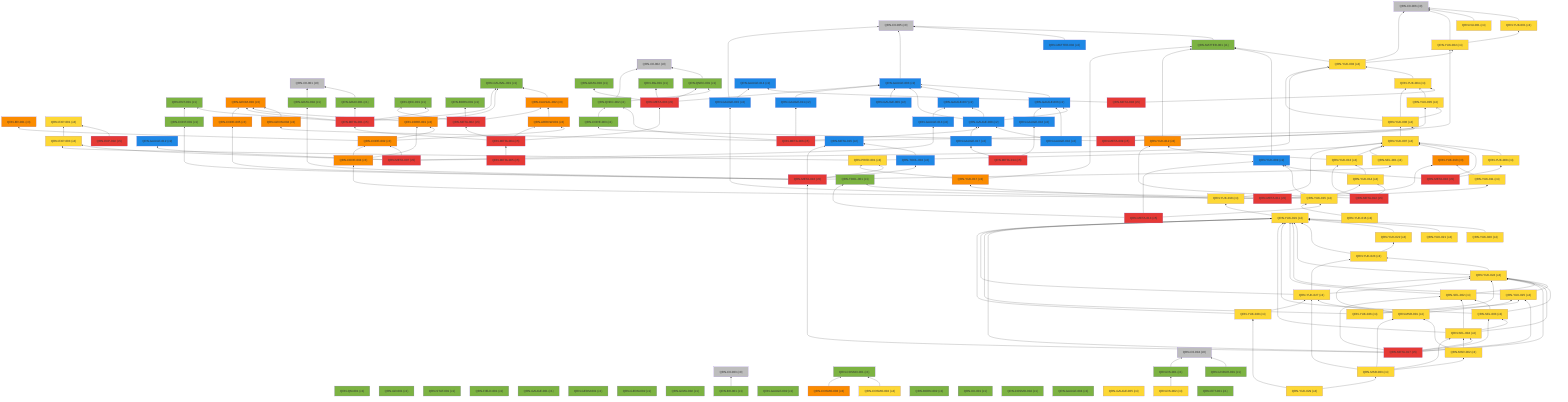
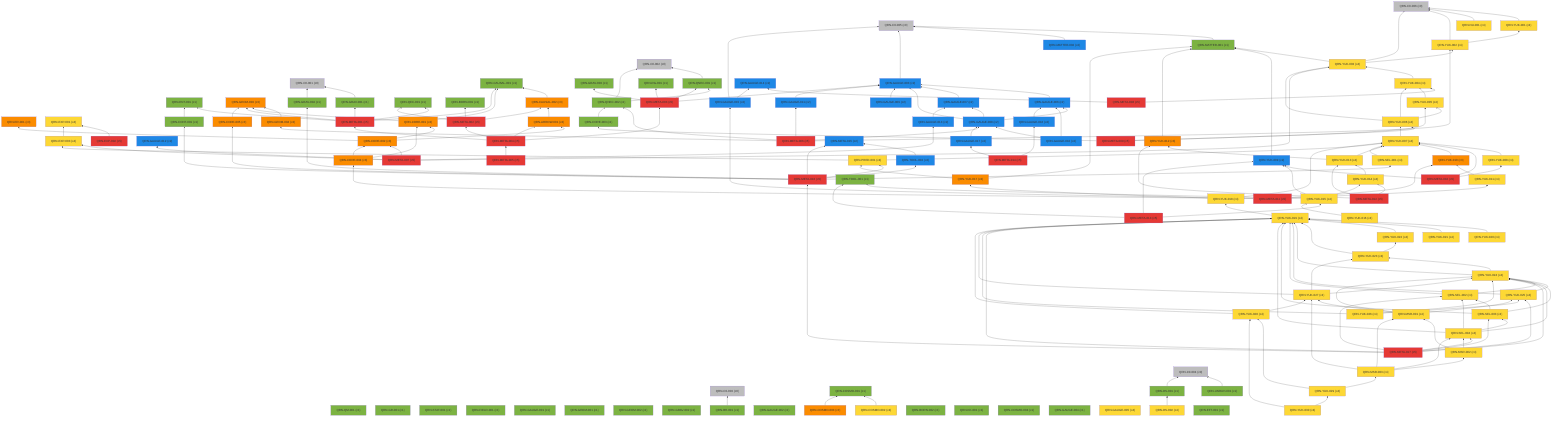
%% 自動生成 (dag/report.pl) — QRN 主張依存グラフ
graph BT
  QRN_C0_001["QRN-C0-001 (c0)"]:::c0
  QRN_C0_002["QRN-C0-002 (c0)"]:::c0
  QRN_C0_003["QRN-C0-003 (c0)"]:::c0
  QRN_C0_004["QRN-C0-004 (c0)"]:::c0
  QRN_C0_005["QRN-C0-005 (c0)"]:::c0
  QRN_C0_006["QRN-C0-006 (c0)"]:::c0
  QRN_QM_001["QRN-QM-001 (c1)"]:::c1
  QRN_GR_001["QRN-GR-001 (c1)"]:::c1
  QRN_STAT_001["QRN-STAT-001 (c1)"]:::c1
  QRN_FIELD_001["QRN-FIELD-001 (c1)"]:::c1
  QRN_GAUGE_001["QRN-GAUGE-001 (c1)"]:::c1
  QRN_ENT_001["QRN-ENT-001 (c1)"]:::c1
  QRN_GEOM_001["QRN-GEOM-001 (c1)"]:::c1
  QRN_GEOM_002["QRN-GEOM-002 (c1)"]:::c1
  QRN_GEOM_003["QRN-GEOM-003 (c3)"]:::c3
  QRN_GRAV_001["QRN-GRAV-001 (c1)"]:::c1
  QRN_GRAV_002["QRN-GRAV-002 (c1)"]:::c1
  QRN_BH_001["QRN-BH-001 (c1)"]:::c1
  QRN_CAUSAL_001["QRN-CAUSAL-001 (c1)"]:::c1
  QRN_CAUSAL_002["QRN-CAUSAL-002 (c3)"]:::c3
  QRN_ER_001["QRN-ER-001 (c3)"]:::c3
  QRN_QEC_001["QRN-QEC-001 (c1)"]:::c1
  QRN_GAUGE_002["QRN-GAUGE-002 (c1)"]:::c1
  QRN_COSMO_001["QRN-COSMO-001 (c1)"]:::c1
  QRN_COSMO_002["QRN-COSMO-002 (c4)"]:::c4
  QRN_COSMO_003["QRN-COSMO-003 (c3)"]:::c3
  QRN_BORN_001["QRN-BORN-001 (c1)"]:::c1
  QRN_BORN_002["QRN-BORN-002 (c1)"]:::c1
  QRN_GRAV_003["QRN-GRAV-003 (c1)"]:::c1
  QRN_KK_001["QRN-KK-001 (c1)"]:::c1
  QRN_MATTER_001["QRN-MATTER-001 (c1)"]:::c1
  QRN_MATTER_002["QRN-MATTER-002 (c2)"]:::c2
  QRN_COSMO_004["QRN-COSMO-004 (c1)"]:::c1
  QRN_EXP_001["QRN-EXP-001 (c4)"]:::c4
  QRN_GAUGE_003["QRN-GAUGE-003 (c2)"]:::c2
  QRN_GAUGE_004["QRN-GAUGE-004 (c1)"]:::c1
  QRN_GAUGE_005["QRN-GAUGE-005 (c4)"]:::c4
  QRN_YUK_001["QRN-YUK-001 (c4)"]:::c4
  QRN_RG_001["QRN-RG-001 (c1)"]:::c1
  QRN_UNRUH_001["QRN-UNRUH-001 (c1)"]:::c1
  QRN_QNEC_001["QRN-QNEC-001 (c1)"]:::c1
  QRN_NU_001["QRN-NU-001 (c4)"]:::c4
  QRN_GAUGE_006["QRN-GAUGE-006 (c2)"]:::c2
  QRN_DS_001["QRN-DS-001 (c1)"]:::c1
  QRN_DS_002["QRN-DS-002 (c4)"]:::c4
  QRN_ARROW_001["QRN-ARROW-001 (c3)"]:::c3
  QRN_GAUGE_007["QRN-GAUGE-007 (c2)"]:::c2
  QRN_EFT_001["QRN-EFT-001 (c1)"]:::c1
  QRN_GAUGE_008["QRN-GAUGE-008 (c2)"]:::c2
  QRN_GAUGE_009["QRN-GAUGE-009 (c2)"]:::c2
  QRN_GAUGE_010["QRN-GAUGE-010 (c2)"]:::c2
  QRN_QNEC_002["QRN-QNEC-002 (c1)"]:::c1
  QRN_GEOM_004["QRN-GEOM-004 (c3)"]:::c3
  QRN_YUK_002["QRN-YUK-002 (c4)"]:::c4
  QRN_EXP_002["QRN-EXP-002 (c5)"]:::c5
  QRN_CORE_001["QRN-CORE-001 (c3)"]:::c3
  QRN_GAUGE_011["QRN-GAUGE-011 (c2)"]:::c2
  QRN_GAUGE_012["QRN-GAUGE-012 (c2)"]:::c2
  QRN_YUK_003["QRN-YUK-003 (c4)"]:::c4
  QRN_EXP_003["QRN-EXP-003 (c4)"]:::c4
  QRN_CORE_002["QRN-CORE-002 (c3)"]:::c3
  QRN_GAUGE_013["QRN-GAUGE-013 (c2)"]:::c2
  QRN_YUK_004["QRN-YUK-004 (c4)"]:::c4
  QRN_GAUGE_014["QRN-GAUGE-014 (c2)"]:::c2
  QRN_META_001["QRN-META-001 (c5)"]:::c5
  QRN_META_002["QRN-META-002 (c5)"]:::c5
  QRN_META_003["QRN-META-003 (c5)"]:::c5
  QRN_META_004["QRN-META-004 (c5)"]:::c5
  QRN_META_005["QRN-META-005 (c5)"]:::c5
  QRN_META_006["QRN-META-006 (c5)"]:::c5
  QRN_META_007["QRN-META-007 (c5)"]:::c5
  QRN_META_008["QRN-META-008 (c5)"]:::c5
  QRN_YUK_005["QRN-YUK-005 (c4)"]:::c4
  QRN_YUK_006["QRN-YUK-006 (c4)"]:::c4
  QRN_CORE_003["QRN-CORE-003 (c1)"]:::c1
  QRN_META_009["QRN-META-009 (c5)"]:::c5
  QRN_YUK_007["QRN-YUK-007 (c4)"]:::c4
  QRN_YUK_008["QRN-YUK-008 (c4)"]:::c4
  QRN_YUK_009["QRN-YUK-009 (c2)"]:::c2
  QRN_META_010["QRN-META-010 (c5)"]:::c5
  QRN_GAUGE_015["QRN-GAUGE-015 (c2)"]:::c2
  QRN_YUK_010["QRN-YUK-010 (c3)"]:::c3
  QRN_YUK_011["QRN-YUK-011 (c4)"]:::c4
  QRN_CORE_004["QRN-CORE-004 (c3)"]:::c3
  QRN_META_011["QRN-META-011 (c5)"]:::c5
  QRN_YUK_012["QRN-YUK-012 (c3)"]:::c3
  QRN_YUK_013["QRN-YUK-013 (c4)"]:::c4
  QRN_YUK_014["QRN-YUK-014 (c4)"]:::c4
  QRN_META_012["QRN-META-012 (c5)"]:::c5
  QRN_TOOL_001["QRN-TOOL-001 (c1)"]:::c1
  QRN_YUK_015["QRN-YUK-015 (c4)"]:::c4
  QRN_META_013["QRN-META-013 (c5)"]:::c5
  QRN_GAUGE_016["QRN-GAUGE-016 (c2)"]:::c2
  QRN_GAUGE_017["QRN-GAUGE-017 (c2)"]:::c2
  QRN_META_014["QRN-META-014 (c5)"]:::c5
  QRN_META_015["QRN-META-015 (c2)"]:::c2
  QRN_TOOL_002["QRN-TOOL-002 (c2)"]:::c2
  QRN_CORE_005["QRN-CORE-005 (c3)"]:::c3
  QRN_CONT_001["QRN-CONT-001 (c1)"]:::c1
  QRN_SEL_001["QRN-SEL-001 (c4)"]:::c4
  QRN_GRAV_004["QRN-GRAV-004 (c1)"]:::c1
  QRN_PRED_001["QRN-PRED-001 (c4)"]:::c4
  QRN_META_016["QRN-META-016 (c5)"]:::c5
  QRN_YUK_016["QRN-YUK-016 (c4)"]:::c4
  QRN_YUK_017["QRN-YUK-017 (c3)"]:::c3
  QRN_YUK_018["QRN-YUK-018 (c4)"]:::c4
  QRN_YUK_019["QRN-YUK-019 (c4)"]:::c4
  QRN_YUK_020["QRN-YUK-020 (c4)"]:::c4
  QRN_YUK_021["QRN-YUK-021 (c4)"]:::c4
  QRN_YUK_022["QRN-YUK-022 (c4)"]:::c4
  QRN_YUK_023["QRN-YUK-023 (c4)"]:::c4
  QRN_YUK_024["QRN-YUK-024 (c4)"]:::c4
  QRN_YUK_025["QRN-YUK-025 (c4)"]:::c4
  QRN_SEL_002["QRN-SEL-002 (c4)"]:::c4
  QRN_SEL_003["QRN-SEL-003 (c4)"]:::c4
  QRN_SEL_004["QRN-SEL-004 (c4)"]:::c4
  QRN_META_017["QRN-META-017 (c5)"]:::c5
  QRN_YUK_026["QRN-YUK-026 (c4)"]:::c4
  QRN_YUK_027["QRN-YUK-027 (c4)"]:::c4
  QRN_MSR_001["QRN-MSR-001 (c4)"]:::c4
  QRN_MSR_002["QRN-MSR-002 (c4)"]:::c4
  QRN_MSR_003["QRN-MSR-003 (c4)"]:::c4
  QRN_YUK_028["QRN-YUK-028 (c4)"]:::c4
  QRN_YUK_029["QRN-YUK-029 (c4)"]:::c4
+   QRN_YUK_030["QRN-YUK-030 (c4)"]:::c4
  QRN_GRAV_001 --> QRN_C0_001
  QRN_BH_001 --> QRN_C0_003
  QRN_CAUSAL_002 --> QRN_CAUSAL_001
  QRN_COSMO_002 --> QRN_COSMO_001
  QRN_COSMO_003 --> QRN_COSMO_001
  QRN_MATTER_001 --> QRN_C0_005
  QRN_MATTER_002 --> QRN_C0_005
  QRN_GAUGE_003 --> QRN_C0_005
  QRN_YUK_001 --> QRN_C0_006
  QRN_UNRUH_001 --> QRN_C0_004
  QRN_QNEC_001 --> QRN_C0_002
  QRN_NU_001 --> QRN_C0_006
  QRN_GAUGE_006 --> QRN_GAUGE_003
  QRN_DS_001 --> QRN_C0_004
  QRN_DS_002 --> QRN_DS_001
  QRN_ARROW_001 --> QRN_CAUSAL_002
  QRN_GAUGE_007 --> QRN_GAUGE_003
  QRN_GAUGE_008 --> QRN_GAUGE_003
  QRN_GAUGE_008 --> QRN_GAUGE_006
  QRN_GAUGE_008 --> QRN_GAUGE_007
  QRN_GAUGE_009 --> QRN_GAUGE_003
  QRN_GAUGE_010 --> QRN_GAUGE_006
  QRN_GAUGE_010 --> QRN_GAUGE_008
  QRN_QNEC_002 --> QRN_C0_002
  QRN_QNEC_002 --> QRN_QNEC_001
  QRN_GEOM_004 --> QRN_GEOM_003
  QRN_YUK_002 --> QRN_C0_006
  QRN_YUK_002 --> QRN_YUK_001
  QRN_EXP_002 --> QRN_EXP_001
  QRN_CORE_001 --> QRN_GEOM_003
  QRN_CORE_001 --> QRN_CAUSAL_001
  QRN_GAUGE_011 --> QRN_GAUGE_003
  QRN_YUK_003 --> QRN_C0_006
  QRN_YUK_003 --> QRN_MATTER_001
  QRN_YUK_003 --> QRN_YUK_002
  QRN_EXP_003 --> QRN_EXP_001
  QRN_CORE_002 --> QRN_CORE_001
  QRN_CORE_002 --> QRN_ER_001
  QRN_CORE_002 --> QRN_ARROW_001
  QRN_GAUGE_013 --> QRN_GAUGE_007
  QRN_YUK_004 --> QRN_YUK_003
  QRN_META_001 --> QRN_GEOM_003
  QRN_META_001 --> QRN_GRAV_001
  QRN_META_001 --> QRN_CAUSAL_001
  QRN_META_001 --> QRN_QEC_001
  QRN_META_001 --> QRN_ENT_001
  QRN_META_002 --> QRN_QEC_001
  QRN_META_002 --> QRN_BORN_001
  QRN_META_002 --> QRN_CAUSAL_002
  QRN_META_003 --> QRN_GAUGE_003
  QRN_META_003 --> QRN_RG_001
  QRN_META_003 --> QRN_QNEC_001
  QRN_META_003 --> QRN_GRAV_003
  QRN_META_004 --> QRN_META_001
  QRN_META_004 --> QRN_META_002
  QRN_META_004 --> QRN_META_003
  QRN_META_004 --> QRN_ARROW_001
  QRN_META_005 --> QRN_META_004
  QRN_META_006 --> QRN_GAUGE_008
  QRN_META_006 --> QRN_QNEC_002
  QRN_META_006 --> QRN_GEOM_004
  QRN_META_006 --> QRN_YUK_002
  QRN_META_006 --> QRN_GAUGE_011
  QRN_META_007 --> QRN_GAUGE_012
  QRN_META_007 --> QRN_YUK_003
  QRN_META_007 --> QRN_EXP_003
  QRN_META_007 --> QRN_CORE_002
  QRN_META_007 --> QRN_GAUGE_013
  QRN_META_008 --> QRN_YUK_004
  QRN_META_008 --> QRN_GAUGE_014
  QRN_YUK_005 --> QRN_YUK_004
  QRN_YUK_006 --> QRN_YUK_003
  QRN_YUK_006 --> QRN_YUK_004
  QRN_YUK_006 --> QRN_YUK_005
  QRN_CORE_003 --> QRN_QNEC_002
  QRN_META_009 --> QRN_YUK_005
  QRN_META_009 --> QRN_YUK_006
  QRN_META_009 --> QRN_CORE_003
  QRN_YUK_007 --> QRN_YUK_006
  QRN_YUK_008 --> QRN_YUK_007
  QRN_YUK_009 --> QRN_MATTER_001
  QRN_META_010 --> QRN_YUK_007
  QRN_META_010 --> QRN_YUK_008
  QRN_META_010 --> QRN_YUK_009
  QRN_GAUGE_015 --> QRN_C0_005
  QRN_GAUGE_015 --> QRN_GAUGE_014
  QRN_YUK_010 --> QRN_YUK_007
  QRN_YUK_011 --> QRN_YUK_010
  QRN_CORE_004 --> QRN_CORE_001
  QRN_CORE_004 --> QRN_CORE_002
  QRN_META_011 --> QRN_GAUGE_015
  QRN_META_011 --> QRN_YUK_010
  QRN_META_011 --> QRN_YUK_011
  QRN_META_011 --> QRN_CORE_004
  QRN_YUK_012 --> QRN_MATTER_001
  QRN_YUK_013 --> QRN_YUK_012
  QRN_YUK_013 --> QRN_YUK_007
  QRN_YUK_014 --> QRN_YUK_013
  QRN_META_012 --> QRN_YUK_012
  QRN_META_012 --> QRN_YUK_013
  QRN_META_012 --> QRN_YUK_014
  QRN_YUK_015 --> QRN_YUK_014
  QRN_YUK_015 --> QRN_TOOL_001
  QRN_YUK_015 --> QRN_YUK_009
  QRN_META_013 --> QRN_YUK_015
  QRN_META_013 --> QRN_TOOL_001
  QRN_META_013 --> QRN_YUK_009
  QRN_GAUGE_016 --> QRN_GAUGE_006
  QRN_GAUGE_017 --> QRN_GAUGE_008
  QRN_META_014 --> QRN_GAUGE_016
  QRN_META_014 --> QRN_GAUGE_017
  QRN_TOOL_002 --> QRN_META_015
  QRN_CORE_005 --> QRN_GEOM_003
  QRN_CONT_001 --> QRN_ENT_001
  QRN_SEL_001 --> QRN_YUK_007
  QRN_GRAV_004 --> QRN_C0_001
  QRN_PRED_001 --> QRN_YUK_007
  QRN_PRED_001 --> QRN_EXP_003
  QRN_META_016 --> QRN_META_015
  QRN_META_016 --> QRN_TOOL_002
  QRN_META_016 --> QRN_CORE_005
  QRN_META_016 --> QRN_CONT_001
  QRN_META_016 --> QRN_SEL_001
  QRN_META_016 --> QRN_GRAV_004
  QRN_META_016 --> QRN_PRED_001
  QRN_YUK_016 --> QRN_YUK_015
  QRN_YUK_017 --> QRN_MATTER_001
  QRN_YUK_017 --> QRN_PRED_001
  QRN_YUK_018 --> QRN_YUK_017
  QRN_YUK_018 --> QRN_YUK_007
  QRN_YUK_019 --> QRN_YUK_018
  QRN_YUK_020 --> QRN_YUK_019
  QRN_YUK_021 --> QRN_YUK_019
  QRN_YUK_022 --> QRN_YUK_019
  QRN_YUK_023 --> QRN_YUK_019
  QRN_YUK_023 --> QRN_YUK_022
  QRN_YUK_024 --> QRN_YUK_019
  QRN_YUK_024 --> QRN_YUK_023
  QRN_YUK_025 --> QRN_YUK_019
  QRN_YUK_025 --> QRN_YUK_024
  QRN_SEL_002 --> QRN_YUK_019
  QRN_SEL_002 --> QRN_YUK_024
  QRN_SEL_003 --> QRN_YUK_019
  QRN_SEL_003 --> QRN_YUK_024
  QRN_SEL_003 --> QRN_SEL_002
  QRN_SEL_004 --> QRN_YUK_019
  QRN_SEL_004 --> QRN_YUK_024
  QRN_SEL_004 --> QRN_SEL_002
  QRN_SEL_004 --> QRN_SEL_003
  QRN_META_017 --> QRN_META_016
  QRN_META_017 --> QRN_YUK_019
  QRN_META_017 --> QRN_YUK_024
  QRN_META_017 --> QRN_YUK_025
  QRN_META_017 --> QRN_SEL_002
  QRN_META_017 --> QRN_SEL_003
  QRN_META_017 --> QRN_SEL_004
  QRN_YUK_026 --> QRN_YUK_019
  QRN_YUK_026 --> QRN_YUK_024
  QRN_YUK_026 --> QRN_YUK_025
  QRN_YUK_027 --> QRN_YUK_019
  QRN_YUK_027 --> QRN_YUK_023
  QRN_YUK_027 --> QRN_YUK_024
  QRN_MSR_001 --> QRN_YUK_024
  QRN_MSR_001 --> QRN_YUK_025
  QRN_MSR_001 --> QRN_YUK_027
  QRN_MSR_002 --> QRN_SEL_004
  QRN_MSR_002 --> QRN_MSR_001
  QRN_MSR_003 --> QRN_MSR_001
  QRN_MSR_003 --> QRN_MSR_002
  QRN_MSR_003 --> QRN_SEL_004
  QRN_MSR_003 --> QRN_YUK_027
  QRN_YUK_028 --> QRN_YUK_019
  QRN_YUK_028 --> QRN_YUK_027
  QRN_YUK_029 --> QRN_YUK_028
  QRN_YUK_029 --> QRN_MSR_003
+   QRN_YUK_030 --> QRN_YUK_028
+   QRN_YUK_030 --> QRN_YUK_029
  classDef c0 fill:#bdbdbd
  classDef c1 fill:#7cb342
  classDef c2 fill:#1e88e5
  classDef c3 fill:#fb8c00
  classDef c4 fill:#fdd835
  classDef c5 fill:#e53935
